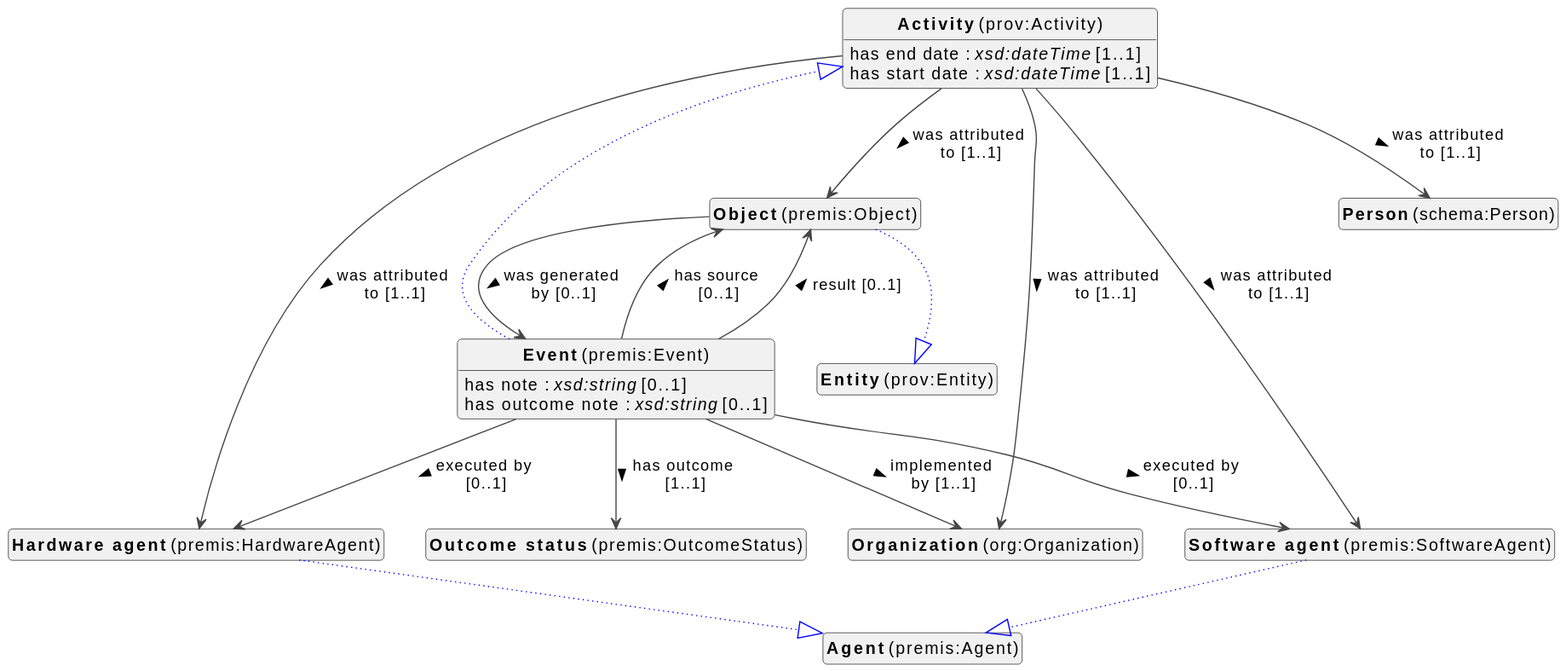
Above: docs/metadata/modellen/0.0.1/events/en/events-diagram.svg in viaacode/documentation-jekyll (PlantUML), before the change.
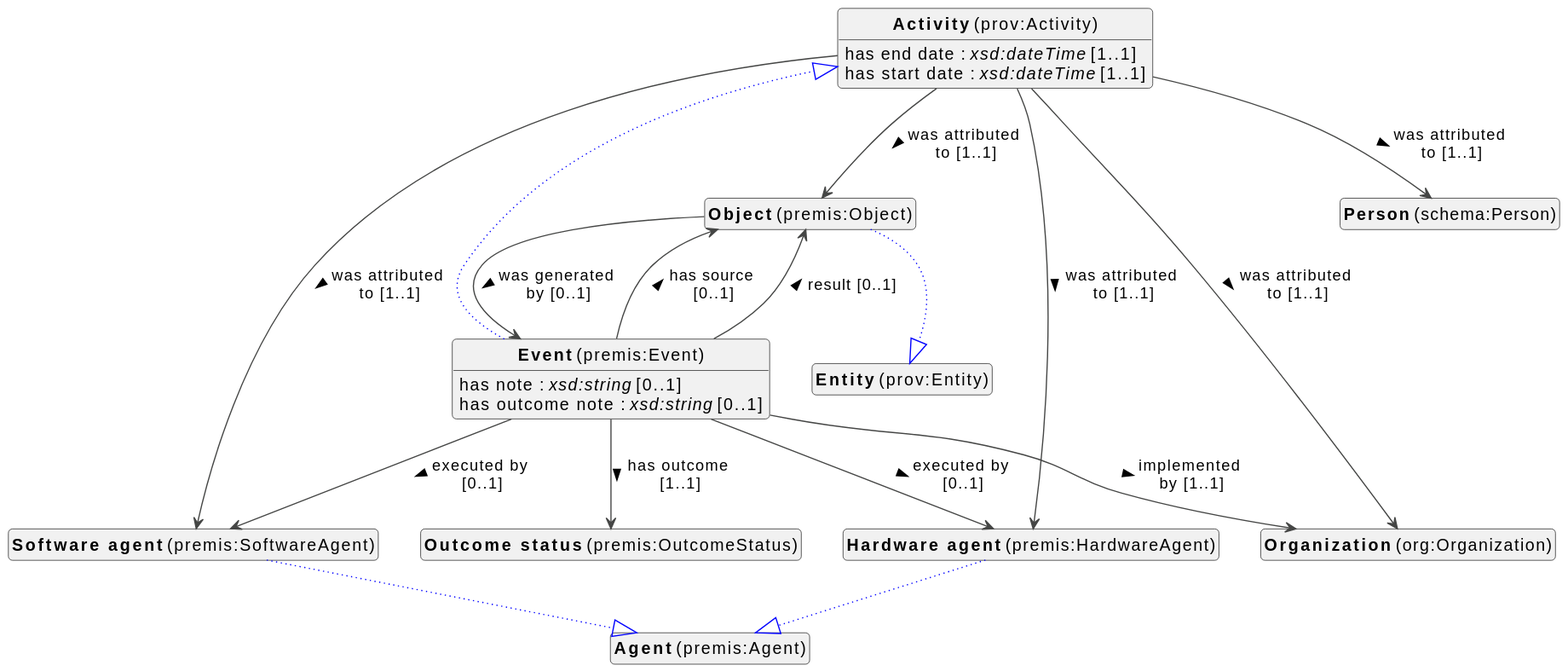
The same file after the commit.

Change to the diagram source:
```diff
@@ -13,13 +13,13 @@
 class "<b>Activity</b> (prov:Activity)" as prov_Activity [[#prov%3AActivity]]
 class "<b>Object</b> (premis:Object)" as premis_Object [[#premis%3AObject]]
 class "<b>Entity</b> (prov:Entity)" as prov_Entity [[#prov%3AEntity]]
+class "<b>Person</b> (schema:Person)" as schema_Person [[#schema%3APerson]]
 class "<b>Outcome status</b> (premis:OutcomeStatus)" as premis_OutcomeStatus [[#premis%3AOutcomeStatus]]
+class "<b>Organization</b> (org:Organization)" as org_Organization [[#org%3AOrganization]]
 class "<b>Software agent</b> (premis:SoftwareAgent)" as premis_SoftwareAgent [[#premis%3ASoftwareAgent]]
 class "<b>Agent</b> (premis:Agent)" as premis_Agent [[#premis%3AAgent]]
 class "<b>Hardware agent</b> (premis:HardwareAgent)" as premis_HardwareAgent [[#premis%3AHardwareAgent]]
 class "<b>Agent</b> (premis:Agent)" as premis_Agent [[#premis%3AAgent]]
-class "<b>Person</b> (schema:Person)" as schema_Person [[#schema%3APerson]]
-class "<b>Organization</b> (org:Organization)" as org_Organization [[#org%3AOrganization]]
 
 
 prov_Activity : has end date : <i>xsd:dateTime</i> [1..1]
@@ -59,6 +59,10 @@
 
 
 
+
+
+
+
 premis_SoftwareAgent --|> premis_Agent #blue;line.dotted;text:blue
 
 
@@ -66,10 +70,6 @@
 
 
 
-
-
-
-
 hide circle
 hide methods
 hide empty members
```
